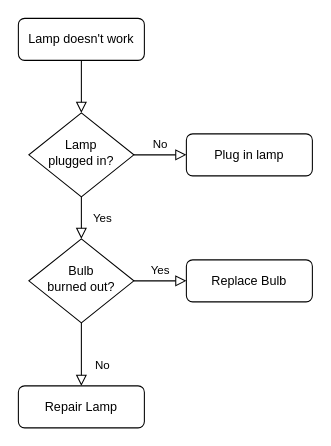
Earlier version of the draw.io diagram BP流程图.drawio (AnneLau/-algorithm_bubble). Source tidied: cells renumbered, new cells numbered last; positions are measured from the earlier drawing's top-left corner, leaving out a move shared by most shapes. Both pictures are drawn from the tidied source at 105%, with x=0, y=0 at pixel (18, 18).
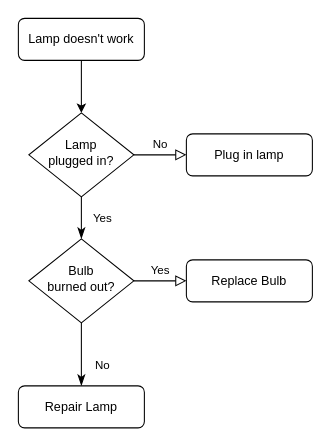
The same diagram, later.

Change to the diagram source:
```diff
@@
 <mxGraphModel>
   <root>
     <mxCell id="0" />
     <mxCell id="1" parent="0" />
-    <mxCell id="2" style="rounded=0;html=1;jettySize=auto;fontSize=11;endArrow=block;endFill=0;endSize=8;strokeWidth=1;shadow=0;labelBackgroundColor=none;edgeStyle=orthogonalEdgeStyle;" parent="1" edge="1" source="3" target="6">
+    <mxCell id="2" style="html=1;jettySize=auto;fontSize=11;endArrow=classic;endFill=1;strokeWidth=1;shadow=0;labelBackgroundColor=none;edgeStyle=orthogonalEdgeStyle;curved=1;" parent="1" edge="1" source="3" target="6">
       <mxGeometry relative="1" as="geometry" />
     </mxCell>
     <mxCell id="3" value="Lamp doesn't work" style="rounded=1;whiteSpace=wrap;html=1;fontSize=12;glass=0;strokeWidth=1;shadow=0;" parent="1" vertex="1">
       <mxGeometry width="120" height="40" as="geometry" />
     </mxCell>
-    <mxCell id="4" value="Yes" style="rounded=0;html=1;jettySize=auto;fontSize=11;endArrow=block;endFill=0;endSize=8;strokeWidth=1;shadow=0;labelBackgroundColor=none;edgeStyle=orthogonalEdgeStyle;" parent="1" edge="1" source="6" target="10">
+    <mxCell id="4" value="Yes" style="rounded=0;html=1;jettySize=auto;fontSize=11;endArrow=classicThin;endFill=1;endSize=8;strokeWidth=1;shadow=0;labelBackgroundColor=none;edgeStyle=orthogonalEdgeStyle;" parent="1" edge="1" source="6" target="10">
       <mxGeometry y="20" relative="1" as="geometry" />
     </mxCell>
     <mxCell id="5" value="No" style="edgeStyle=orthogonalEdgeStyle;rounded=0;html=1;jettySize=auto;fontSize=11;endArrow=block;endFill=0;endSize=8;strokeWidth=1;shadow=0;labelBackgroundColor=none;" parent="1" edge="1" source="6" target="7">
       <mxGeometry y="10" relative="1" as="geometry" />
     </mxCell>
     <mxCell id="6" value="Lamp&lt;br&gt;plugged in?" style="rhombus;whiteSpace=wrap;html=1;shadow=0;fontFamily=Helvetica;fontSize=12;align=center;strokeWidth=1;spacing=6;spacingTop=-4;" parent="1" vertex="1">
       <mxGeometry x="10" y="90" width="100" height="80" as="geometry" />
     </mxCell>
     <mxCell id="7" value="Plug in lamp" style="rounded=1;whiteSpace=wrap;html=1;fontSize=12;glass=0;strokeWidth=1;shadow=0;" parent="1" vertex="1">
       <mxGeometry x="160" y="110" width="120" height="40" as="geometry" />
     </mxCell>
-    <mxCell id="8" value="No" style="rounded=0;html=1;jettySize=auto;fontSize=11;endArrow=block;endFill=0;endSize=8;strokeWidth=1;shadow=0;labelBackgroundColor=none;edgeStyle=orthogonalEdgeStyle;" parent="1" edge="1" source="10" target="11">
+    <mxCell id="8" value="No" style="rounded=0;html=1;jettySize=auto;fontSize=11;endArrow=classicThin;endFill=1;endSize=8;strokeWidth=1;shadow=0;labelBackgroundColor=none;edgeStyle=orthogonalEdgeStyle;" parent="1" edge="1" source="10" target="11">
       <mxGeometry x="0.33" y="20" relative="1" as="geometry" />
     </mxCell>
     <mxCell id="9" value="Yes" style="edgeStyle=orthogonalEdgeStyle;rounded=0;html=1;jettySize=auto;fontSize=11;endArrow=block;endFill=0;endSize=8;strokeWidth=1;shadow=0;labelBackgroundColor=none;" parent="1" edge="1" source="10" target="12">
       <mxGeometry y="10" relative="1" as="geometry" />
     </mxCell>
     <mxCell id="10" value="Bulb&lt;br&gt;burned out?" style="rhombus;whiteSpace=wrap;html=1;shadow=0;fontFamily=Helvetica;fontSize=12;align=center;strokeWidth=1;spacing=6;spacingTop=-4;" parent="1" vertex="1">
       <mxGeometry x="10" y="210" width="100" height="80" as="geometry" />
     </mxCell>
     <mxCell id="11" value="Repair Lamp" style="rounded=1;whiteSpace=wrap;html=1;fontSize=12;glass=0;strokeWidth=1;shadow=0;" parent="1" vertex="1">
       <mxGeometry y="350" width="120" height="40" as="geometry" />
     </mxCell>
     <mxCell id="12" value="Replace Bulb" style="rounded=1;whiteSpace=wrap;html=1;fontSize=12;glass=0;strokeWidth=1;shadow=0;" parent="1" vertex="1">
       <mxGeometry x="160" y="230" width="120" height="40" as="geometry" />
     </mxCell>
   </root>
 </mxGraphModel>
```
